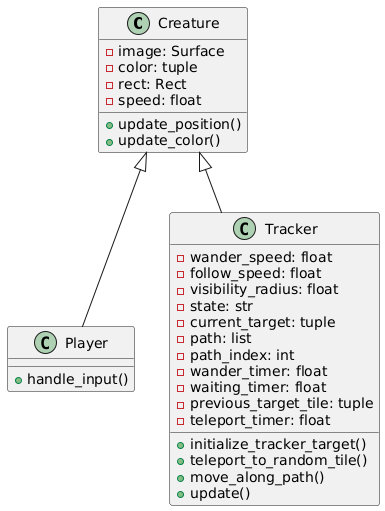
This is images/class_diagram.png from bensonchen-del/Alienation, a PlantUML export, as it was before one commit.
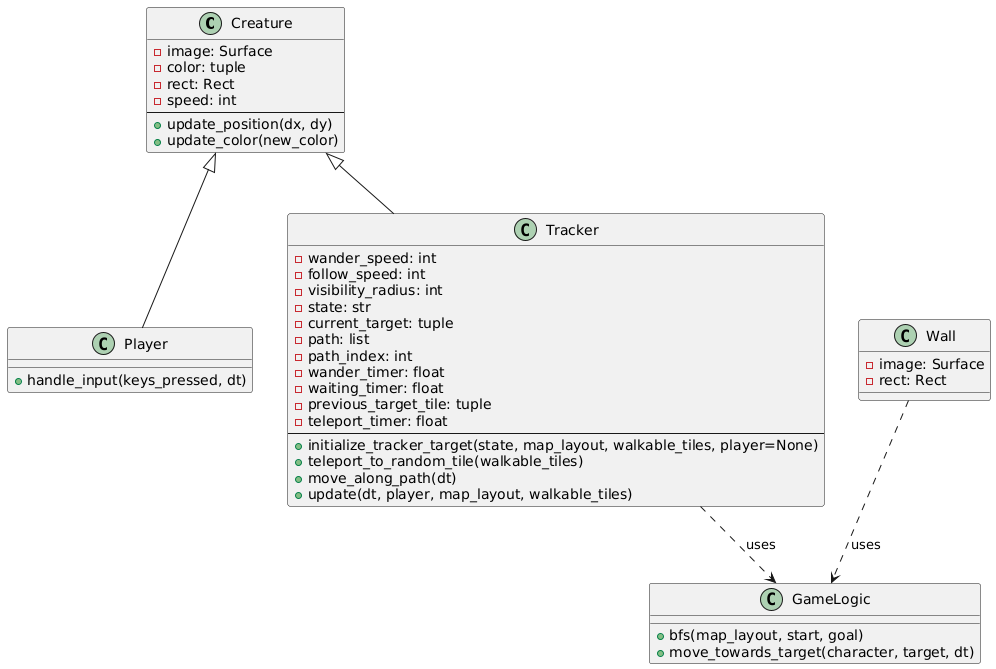
The same file after the commit.

Commit message:
update class diagram

What changed in the source:
```diff
@@ -1,32 +1,49 @@
 @startuml
 class Creature {
-  - image: Surface
-  - color: tuple
-  - rect: Rect
-  - speed: float
-  + update_position()
-  + update_color()
+    - image: Surface
+    - color: tuple
+    - rect: Rect
+    - speed: int
+    --
+    + update_position(dx, dy)
+    + update_color(new_color)
 }
+
 class Player {
-  + handle_input()
+    + handle_input(keys_pressed, dt)
 }
+
 class Tracker {
-  - wander_speed: float
-  - follow_speed: float
-  - visibility_radius: float
-  - state: str
-  - current_target: tuple
-  - path: list
-  - path_index: int
-  - wander_timer: float
-  - waiting_timer: float
-  - previous_target_tile: tuple
-  - teleport_timer: float
-  + initialize_tracker_target()
-  + teleport_to_random_tile()
-  + move_along_path()
-  + update()
+    - wander_speed: int
+    - follow_speed: int
+    - visibility_radius: int
+    - state: str
+    - current_target: tuple
+    - path: list
+    - path_index: int
+    - wander_timer: float
+    - waiting_timer: float
+    - previous_target_tile: tuple
+    - teleport_timer: float
+    --
+    + initialize_tracker_target(state, map_layout, walkable_tiles, player=None)
+    + teleport_to_random_tile(walkable_tiles)
+    + move_along_path(dt)
+    + update(dt, player, map_layout, walkable_tiles)
 }
+
+class Wall {
+    - image: Surface
+    - rect: Rect
+}
+
+class GameLogic {
+    + bfs(map_layout, start, goal)
+    + move_towards_target(character, target, dt)
+}
+
 Creature <|-- Player
 Creature <|-- Tracker
+Tracker ..> GameLogic : uses
+Wall ..> GameLogic : uses
 @enduml
```
